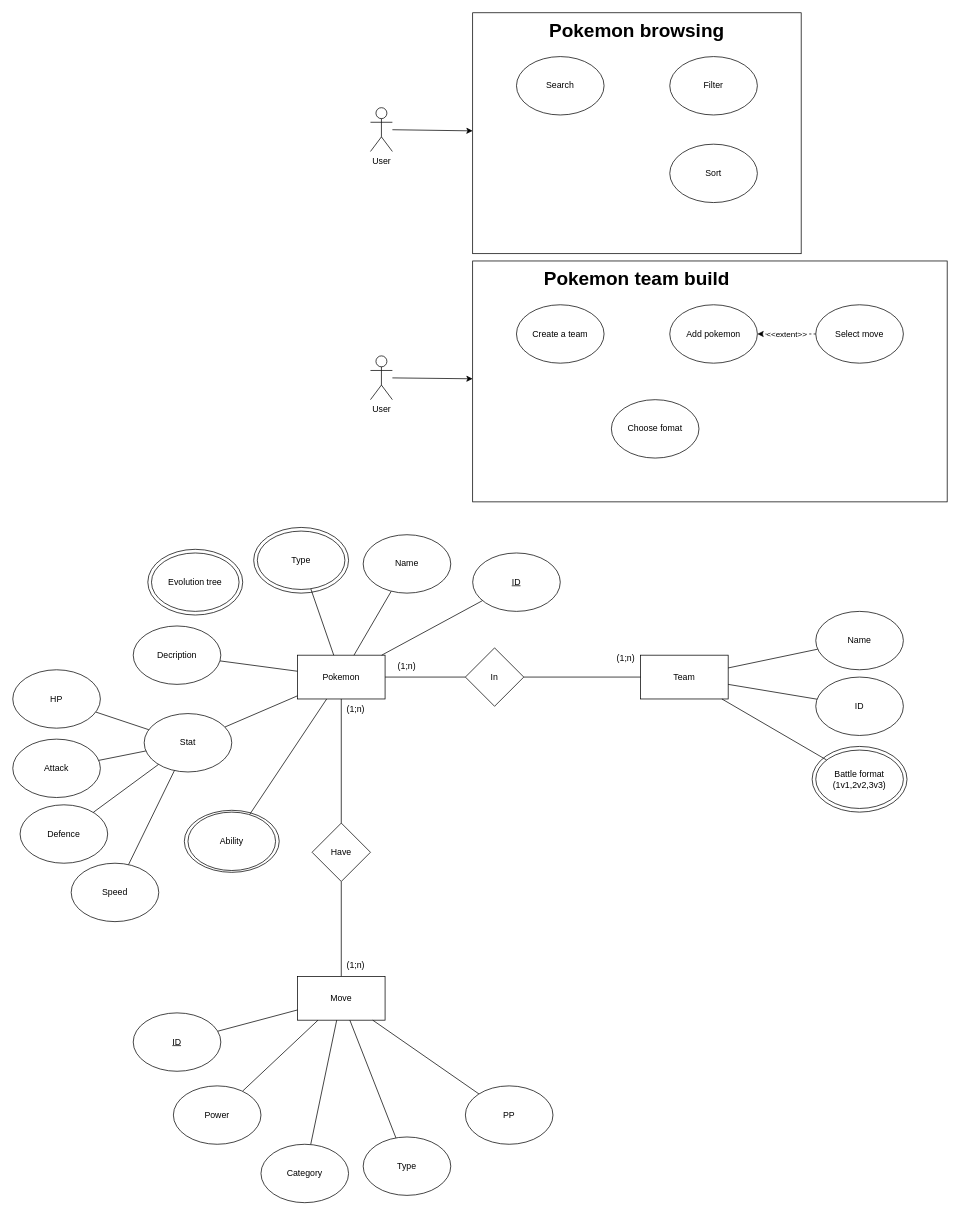
Earlier version of the draw.io diagram ERD.drawio (Keny7503/draw.io). Source tidied: cells renumbered, new cells numbered last; positions are measured from the earlier drawing's top-left corner, leaving out a move shared by most shapes. Both pictures are drawn from the tidied source at 73%, with x=0, y=0 at pixel (12, 12).
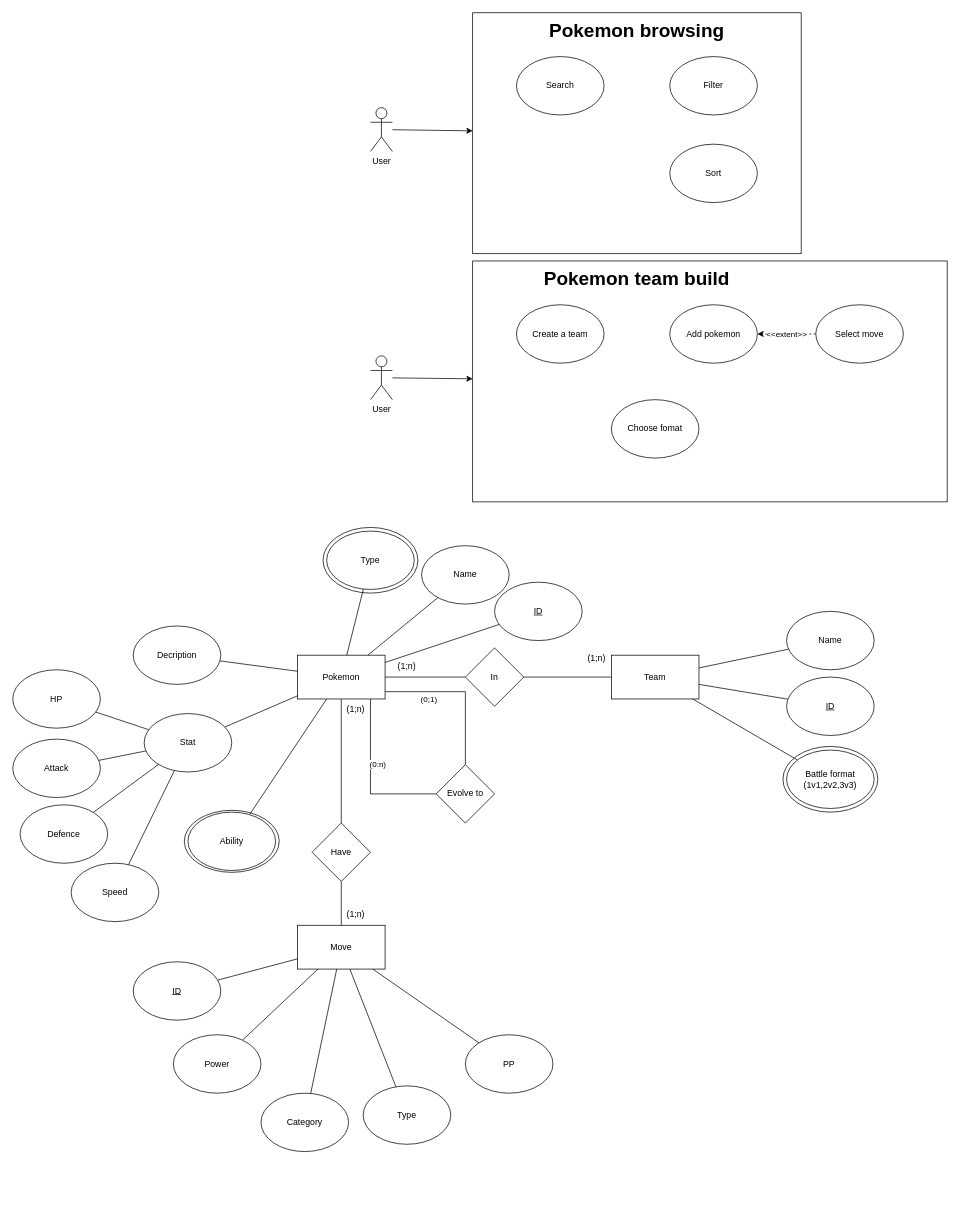
After the change.

Unchanged cells that the change refers to:
```xml
<mxCell id="8" value="Pokemon" style="rounded=0;whiteSpace=wrap;html=1;" parent="1" vertex="1">
  <mxGeometry x="390" y="880" width="120" height="60" as="geometry" />
</mxCell>
```

What changed in the source:
```diff
@@
-    <mxCell id="2" style="ellipse;whiteSpace=wrap;html=1;" parent="1" vertex="1">
-      <mxGeometry x="185" y="735" width="130" height="90" as="geometry" />
-    </mxCell>
@@
     <mxCell id="4" style="ellipse;whiteSpace=wrap;html=1;" parent="1" vertex="1">
-      <mxGeometry x="330" y="705" width="130" height="90" as="geometry" />
+      <mxGeometry x="425" y="705" width="130" height="90" as="geometry" />
     </mxCell>
     <mxCell id="5" style="ellipse;whiteSpace=wrap;html=1;" parent="1" vertex="1">
-      <mxGeometry x="1095" y="1005" width="130" height="90" as="geometry" />
+      <mxGeometry x="1055" y="1005" width="130" height="90" as="geometry" />
     </mxCell>
     <mxCell id="6" value="Team" style="rounded=0;whiteSpace=wrap;html=1;" parent="1" vertex="1">
-      <mxGeometry x="860" y="880" width="120" height="60" as="geometry" />
+      <mxGeometry x="820" y="880" width="120" height="60" as="geometry" />
     </mxCell>
@@
+    <mxCell id="72" value="(0:n)" style="edgeStyle=orthogonalEdgeStyle;rounded=0;jettySize=auto;html=1;endArrow=none;endFill=0;" parent="1" edge="1" source="8" target="74">
+      <mxGeometry x="-0.18" y="10" relative="1" as="geometry">
+        <Array as="points">
+          <mxPoint x="490" y="1070" />
+        </Array>
+      </mxGeometry>
+    </mxCell>
@@
     <mxCell id="10" value="Name" style="ellipse;whiteSpace=wrap;html=1;" parent="1" vertex="1">
-      <mxGeometry x="480" y="715" width="120" height="80" as="geometry" />
+      <mxGeometry x="560" y="730" width="120" height="80" as="geometry" />
     </mxCell>
@@
     <mxCell id="12" value="Type" style="ellipse;whiteSpace=wrap;html=1;" parent="1" vertex="1">
-      <mxGeometry x="335" y="710" width="120" height="80" as="geometry" />
+      <mxGeometry x="430" y="710" width="120" height="80" as="geometry" />
     </mxCell>
@@
     <mxCell id="16" value="&lt;u&gt;ID&lt;/u&gt;" style="ellipse;whiteSpace=wrap;html=1;" parent="1" vertex="1">
-      <mxGeometry x="630" y="740" width="120" height="80" as="geometry" />
+      <mxGeometry x="660" y="780" width="120" height="80" as="geometry" />
     </mxCell>
@@
     <mxCell id="18" value="Move" style="rounded=0;whiteSpace=wrap;html=1;" parent="1" vertex="1">
-      <mxGeometry x="390" y="1320" width="120" height="60" as="geometry" />
+      <mxGeometry x="390" y="1250" width="120" height="60" as="geometry" />
     </mxCell>
@@
     <mxCell id="22" value="Power" style="ellipse;whiteSpace=wrap;html=1;" parent="1" vertex="1">
-      <mxGeometry x="220" y="1470" width="120" height="80" as="geometry" />
+      <mxGeometry x="220" y="1400" width="120" height="80" as="geometry" />
     </mxCell>
@@
     <mxCell id="24" value="Type &lt;a href=&quot;https://pokemondb.net/type/grass&quot; class=&quot;type-icon type-grass&quot;&gt;&lt;/a&gt;" style="ellipse;whiteSpace=wrap;html=1;" parent="1" vertex="1">
-      <mxGeometry x="480" y="1540" width="120" height="80" as="geometry" />
+      <mxGeometry x="480" y="1470" width="120" height="80" as="geometry" />
     </mxCell>
@@
     <mxCell id="26" value="Category" style="ellipse;whiteSpace=wrap;html=1;" parent="1" vertex="1">
-      <mxGeometry x="340" y="1550" width="120" height="80" as="geometry" />
+      <mxGeometry x="340" y="1480" width="120" height="80" as="geometry" />
     </mxCell>
@@
     <mxCell id="28" value="PP" style="ellipse;whiteSpace=wrap;html=1;" parent="1" vertex="1">
-      <mxGeometry x="620" y="1470" width="120" height="80" as="geometry" />
+      <mxGeometry x="620" y="1400" width="120" height="80" as="geometry" />
     </mxCell>
@@
     <mxCell id="32" value="(1;n)" style="text;html=1;strokeColor=none;fillColor=none;align=center;verticalAlign=middle;whiteSpace=wrap;rounded=0;" parent="1" vertex="1">
-      <mxGeometry x="440" y="1290" width="60" height="30" as="geometry" />
+      <mxGeometry x="440" y="1220" width="60" height="30" as="geometry" />
     </mxCell>
@@
     <mxCell id="36" value="(1;n)" style="text;html=1;strokeColor=none;fillColor=none;align=center;verticalAlign=middle;whiteSpace=wrap;rounded=0;" parent="1" vertex="1">
-      <mxGeometry x="810" y="870" width="60" height="30" as="geometry" />
+      <mxGeometry x="770" y="870" width="60" height="30" as="geometry" />
     </mxCell>
@@
     <mxCell id="38" value="Name" style="ellipse;whiteSpace=wrap;html=1;" parent="1" vertex="1">
-      <mxGeometry x="1100" y="820" width="120" height="80" as="geometry" />
+      <mxGeometry x="1060" y="820" width="120" height="80" as="geometry" />
     </mxCell>
@@
-    <mxCell id="40" value="ID" style="ellipse;whiteSpace=wrap;html=1;" parent="1" vertex="1">
-      <mxGeometry x="1100" y="910" width="120" height="80" as="geometry" />
+    <mxCell id="40" value="&lt;u&gt;ID&lt;/u&gt;" style="ellipse;whiteSpace=wrap;html=1;" parent="1" vertex="1">
+      <mxGeometry x="1060" y="910" width="120" height="80" as="geometry" />
     </mxCell>
@@
     <mxCell id="44" value="Battle format&lt;br&gt;(1v1,2v2,3v3)" style="ellipse;whiteSpace=wrap;html=1;" parent="1" vertex="1">
-      <mxGeometry x="1100" y="1010" width="120" height="80" as="geometry" />
+      <mxGeometry x="1060" y="1010" width="120" height="80" as="geometry" />
     </mxCell>
@@
     <mxCell id="46" value="&lt;u&gt;ID&lt;/u&gt;" style="ellipse;whiteSpace=wrap;html=1;" parent="1" vertex="1">
-      <mxGeometry x="165" y="1370" width="120" height="80" as="geometry" />
+      <mxGeometry x="165" y="1300" width="120" height="80" as="geometry" />
     </mxCell>
@@
-    <mxCell id="71" value="Evolution tree" style="ellipse;whiteSpace=wrap;html=1;" parent="1" vertex="1">
-      <mxGeometry x="190" y="740" width="120" height="80" as="geometry" />
-    </mxCell>
+    <mxCell id="73" value="(0;1)" style="edgeStyle=orthogonalEdgeStyle;rounded=0;jettySize=auto;html=1;endArrow=none;endFill=0;" parent="1" edge="1" source="74" target="8">
+      <mxGeometry x="0.43" y="10" relative="1" as="geometry">
+        <Array as="points">
+          <mxPoint x="620" y="930" />
+        </Array>
+      </mxGeometry>
+    </mxCell>
+    <mxCell id="74" value="Evolve to" style="rhombus;whiteSpace=wrap;html=1;" parent="1" vertex="1">
+      <mxGeometry x="580" y="1030" width="80" height="80" as="geometry" />
+    </mxCell>
```
